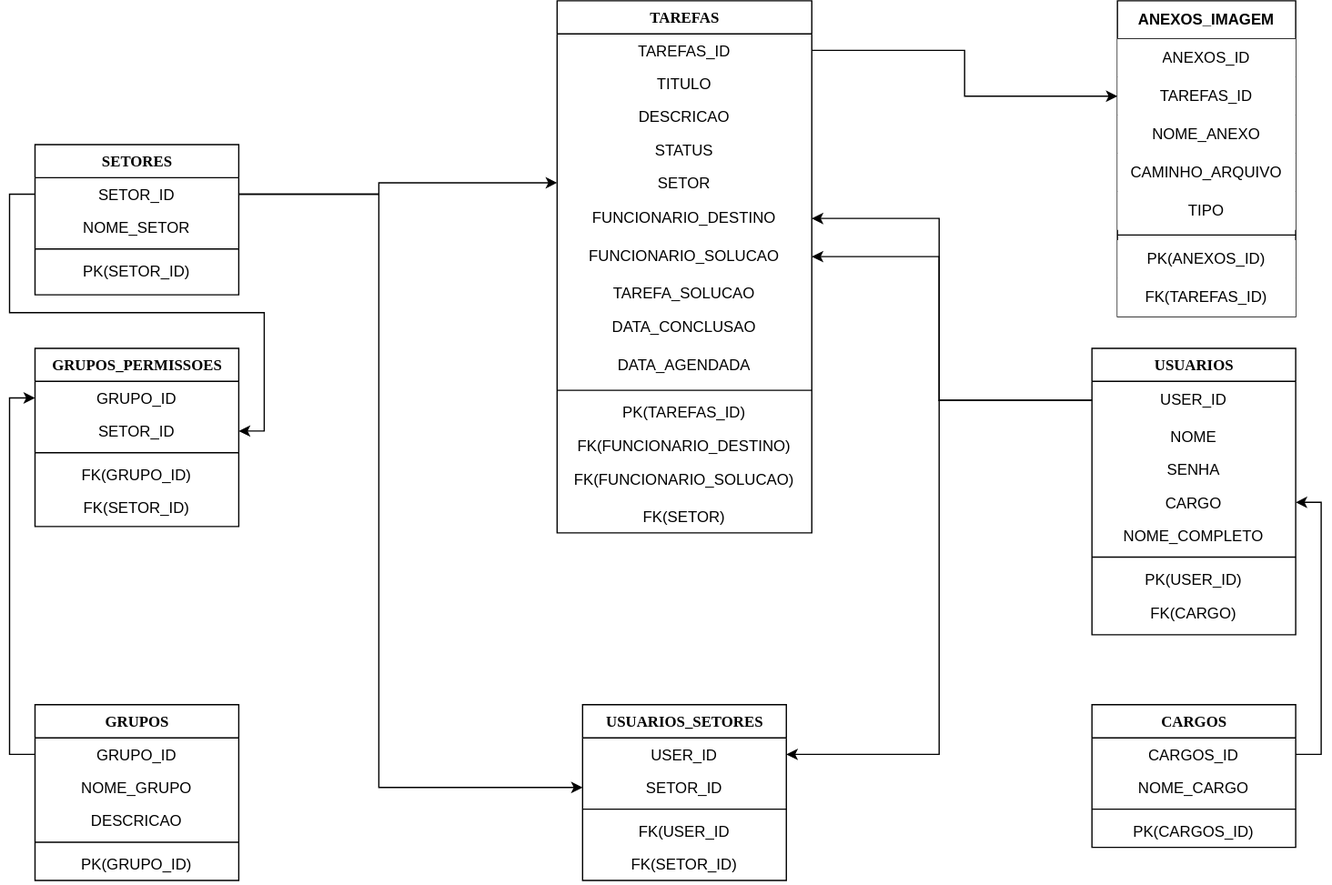
Above: Diagrama do banco Check List.drawio.svg in tbernardina/Check-List-Gerenciavel (draw.io), before the change. Source tidied: cells renumbered, new cells last; positions are measured from the earlier drawing's top-left corner, leaving out a move shared by most shapes.
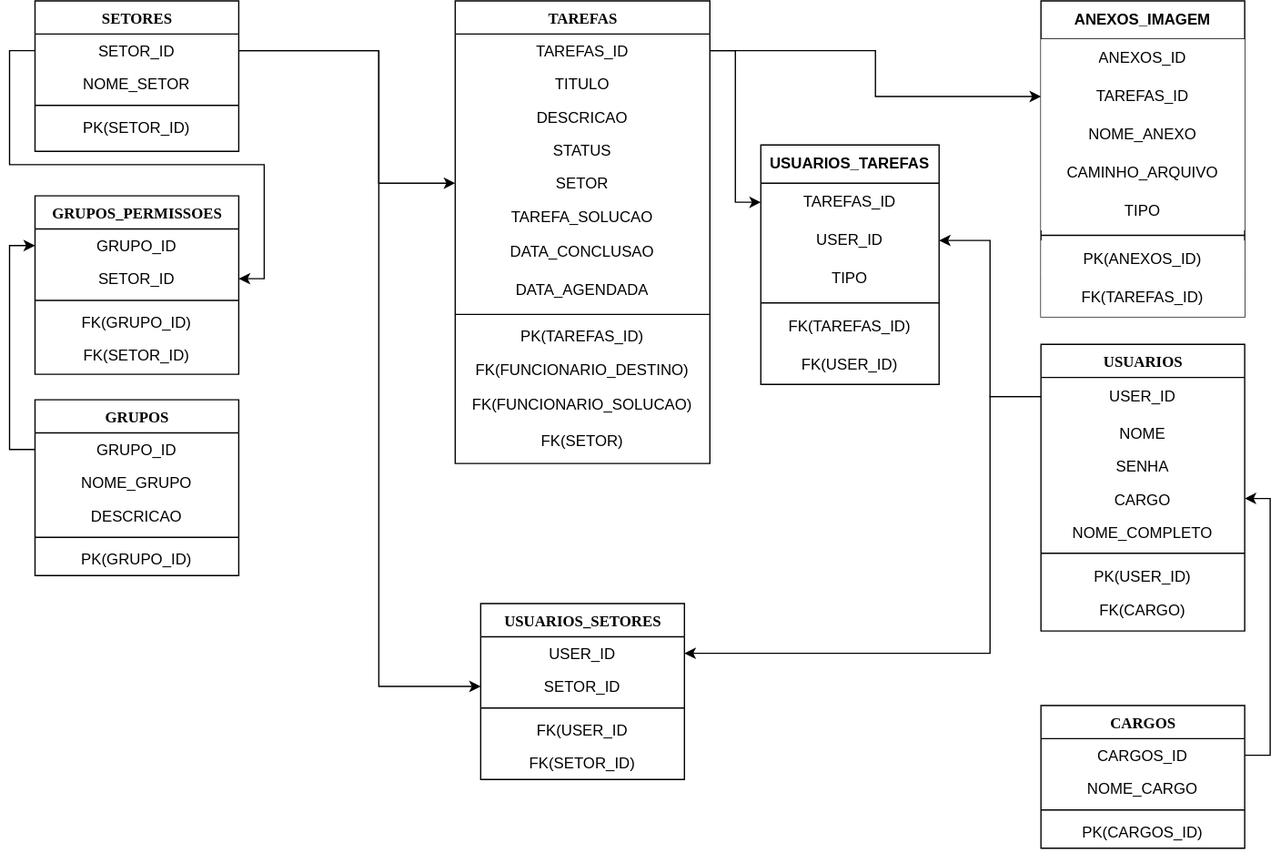
After the change.

Diff of the diagram source:
```diff
@@ -3,7 +3,7 @@
     <mxCell id="0" />
     <mxCell id="1" parent="0" />
     <mxCell id="2" value="USUARIOS" style="swimlane;html=1;fontStyle=1;align=center;verticalAlign=top;horizontal=1;startSize=26;swimlaneFillColor=#ffffff;rounded=0;shadow=0;comic=0;labelBackgroundColor=none;strokeWidth=1;fillColor=default;fontFamily=Verdana;fontSize=12;labelBorderColor=none;" parent="1" vertex="1">
-      <mxGeometry x="830" y="273" width="160" height="225" as="geometry" />
+      <mxGeometry x="790" y="269.5" width="160" height="225" as="geometry" />
     </mxCell>
     <mxCell id="3" value="USER_ID" style="text;strokeColor=none;fillColor=none;align=center;verticalAlign=middle;spacingLeft=4;spacingRight=4;overflow=hidden;points=[[0,0.5],[1,0.5]];portConstraint=eastwest;whiteSpace=wrap;html=1;" parent="2" vertex="1">
       <mxGeometry y="26" width="160" height="30" as="geometry" />
@@ -30,7 +30,7 @@
       <mxGeometry y="194" width="160" height="30" as="geometry" />
     </mxCell>
     <mxCell id="11" value="&lt;span style=&quot;&quot;&gt;TAREFAS&lt;/span&gt;" style="swimlane;html=1;fontStyle=1;align=center;verticalAlign=top;horizontal=1;startSize=26;swimlaneFillColor=#ffffff;rounded=0;shadow=0;comic=0;labelBackgroundColor=none;strokeWidth=1;fillColor=default;fontFamily=Verdana;fontSize=12;labelBorderColor=none;" parent="1" vertex="1">
-      <mxGeometry x="410" width="200" height="418" as="geometry" />
+      <mxGeometry x="330" width="200" height="363" as="geometry" />
     </mxCell>
     <mxCell id="12" value="TAREFAS_ID" style="text;html=1;strokeColor=none;fillColor=none;align=center;verticalAlign=top;spacingLeft=4;spacingRight=4;whiteSpace=wrap;overflow=hidden;points=[[0,0.5],[1,0.5]];portConstraint=eastwest;" parent="11" vertex="1">
       <mxGeometry y="26" width="200" height="26" as="geometry" />
@@ -47,38 +47,32 @@
     <mxCell id="16" value="SETOR" style="text;html=1;strokeColor=none;fillColor=none;align=center;verticalAlign=top;spacingLeft=4;spacingRight=4;whiteSpace=wrap;overflow=hidden;points=[[0,0.5],[1,0.5]];portConstraint=eastwest;" parent="11" vertex="1">
       <mxGeometry y="130" width="200" height="26" as="geometry" />
     </mxCell>
-    <mxCell id="17" value="FUNCIONARIO_DESTINO" style="text;strokeColor=none;fillColor=none;align=center;verticalAlign=middle;spacingLeft=4;spacingRight=4;overflow=hidden;points=[[0,0.5],[1,0.5]];portConstraint=eastwest;whiteSpace=wrap;html=1;" parent="11" vertex="1">
-      <mxGeometry y="156" width="200" height="30" as="geometry" />
-    </mxCell>
-    <mxCell id="18" value="FUNCIONARIO_SOLUCAO" style="text;strokeColor=none;fillColor=none;align=center;verticalAlign=middle;spacingLeft=4;spacingRight=4;overflow=hidden;points=[[0,0.5],[1,0.5]];portConstraint=eastwest;whiteSpace=wrap;html=1;" parent="11" vertex="1">
-      <mxGeometry y="186" width="200" height="30" as="geometry" />
-    </mxCell>
     <mxCell id="19" value="TAREFA_SOLUCAO" style="text;html=1;strokeColor=none;fillColor=none;align=center;verticalAlign=top;spacingLeft=4;spacingRight=4;whiteSpace=wrap;overflow=hidden;" parent="11" vertex="1">
-      <mxGeometry y="216" width="200" height="26" as="geometry" />
+      <mxGeometry y="156" width="200" height="26" as="geometry" />
     </mxCell>
     <mxCell id="20" value="DATA_CONCLUSAO" style="text;strokeColor=none;fillColor=none;align=center;verticalAlign=middle;spacingLeft=4;spacingRight=4;overflow=hidden;whiteSpace=wrap;html=1;" parent="11" vertex="1">
-      <mxGeometry y="242" width="200" height="30" as="geometry" />
+      <mxGeometry y="182" width="200" height="30" as="geometry" />
     </mxCell>
     <mxCell id="21" value="DATA_AGENDADA" style="text;strokeColor=none;fillColor=none;align=center;verticalAlign=middle;spacingLeft=4;spacingRight=4;overflow=hidden;whiteSpace=wrap;html=1;" parent="11" vertex="1">
-      <mxGeometry y="272" width="200" height="30" as="geometry" />
+      <mxGeometry y="212" width="200" height="30" as="geometry" />
     </mxCell>
     <mxCell id="22" style="line;html=1;strokeWidth=1;fillColor=none;align=left;verticalAlign=middle;spacingTop=-1;spacingLeft=3;spacingRight=3;labelPosition=right;" parent="11" vertex="1">
-      <mxGeometry y="302" width="200" height="8" as="geometry" />
+      <mxGeometry y="242" width="200" height="8" as="geometry" />
     </mxCell>
     <mxCell id="23" value="PK&lt;span style=&quot;background-color: transparent; color: light-dark(rgb(0, 0, 0), rgb(255, 255, 255));&quot;&gt;(TAREFAS_ID)&lt;/span&gt;" style="text;html=1;strokeColor=none;fillColor=none;align=center;verticalAlign=top;spacingLeft=4;spacingRight=4;whiteSpace=wrap;overflow=hidden;" parent="11" vertex="1">
-      <mxGeometry y="310" width="200" height="26" as="geometry" />
+      <mxGeometry y="250" width="200" height="26" as="geometry" />
     </mxCell>
     <mxCell id="24" value="FK(FUNCIONARIO_DESTINO)" style="text;html=1;strokeColor=none;fillColor=none;align=center;verticalAlign=top;spacingLeft=4;spacingRight=4;whiteSpace=wrap;overflow=hidden;" parent="11" vertex="1">
-      <mxGeometry y="336" width="200" height="26" as="geometry" />
+      <mxGeometry y="276" width="200" height="26" as="geometry" />
     </mxCell>
     <mxCell id="25" value="FK(FUNCIONARIO_SOLUCAO)" style="text;strokeColor=none;fillColor=none;align=center;verticalAlign=middle;spacingLeft=4;spacingRight=4;overflow=hidden;whiteSpace=wrap;html=1;" parent="11" vertex="1">
-      <mxGeometry y="362" width="200" height="30" as="geometry" />
+      <mxGeometry y="302" width="200" height="30" as="geometry" />
     </mxCell>
     <mxCell id="26" value="FK(SETOR)" style="text;html=1;strokeColor=none;fillColor=none;align=center;verticalAlign=top;spacingLeft=4;spacingRight=4;whiteSpace=wrap;overflow=hidden;" parent="11" vertex="1">
-      <mxGeometry y="392" width="200" height="26" as="geometry" />
+      <mxGeometry y="332" width="200" height="26" as="geometry" />
     </mxCell>
     <mxCell id="27" value="USUARIOS_SETORES" style="swimlane;html=1;fontStyle=1;align=center;verticalAlign=top;horizontal=1;startSize=26;swimlaneFillColor=#ffffff;rounded=0;shadow=0;comic=0;labelBackgroundColor=none;strokeWidth=1;fillColor=default;fontFamily=Verdana;fontSize=12;labelBorderColor=none;" parent="1" vertex="1">
-      <mxGeometry x="430" y="553" width="160" height="138" as="geometry" />
+      <mxGeometry x="350" y="473" width="160" height="138" as="geometry" />
     </mxCell>
     <mxCell id="28" value="USER_ID" style="text;html=1;strokeColor=none;fillColor=none;align=center;verticalAlign=top;spacingLeft=4;spacingRight=4;whiteSpace=wrap;overflow=hidden;points=[[0,0.5],[1,0.5]];portConstraint=eastwest;" parent="27" vertex="1">
       <mxGeometry y="26" width="160" height="26" as="geometry" />
@@ -96,7 +90,7 @@
       <mxGeometry y="112" width="160" height="26" as="geometry" />
     </mxCell>
     <mxCell id="33" value="SETORES" style="swimlane;html=1;fontStyle=1;align=center;verticalAlign=top;horizontal=1;startSize=26;swimlaneFillColor=#ffffff;rounded=0;shadow=0;comic=0;labelBackgroundColor=none;strokeWidth=1;fillColor=default;fontFamily=Verdana;fontSize=12;labelBorderColor=none;" parent="1" vertex="1">
-      <mxGeometry y="113" width="160" height="118" as="geometry" />
+      <mxGeometry width="160" height="118" as="geometry" />
     </mxCell>
     <mxCell id="34" value="SETOR_ID" style="text;html=1;strokeColor=none;fillColor=none;align=center;verticalAlign=top;spacingLeft=4;spacingRight=4;whiteSpace=wrap;overflow=hidden;points=[[0,0.5],[1,0.5]];portConstraint=eastwest;" parent="33" vertex="1">
       <mxGeometry y="26" width="160" height="26" as="geometry" />
@@ -111,7 +105,7 @@
       <mxGeometry y="86" width="160" height="26" as="geometry" />
     </mxCell>
     <mxCell id="38" value="GRUPOS" style="swimlane;html=1;fontStyle=1;align=center;verticalAlign=top;horizontal=1;startSize=26;swimlaneFillColor=#ffffff;rounded=0;shadow=0;comic=0;labelBackgroundColor=none;strokeWidth=1;fillColor=default;fontFamily=Verdana;fontSize=12;labelBorderColor=none;" parent="1" vertex="1">
-      <mxGeometry y="553" width="160" height="138" as="geometry" />
+      <mxGeometry y="313" width="160" height="138" as="geometry" />
     </mxCell>
     <mxCell id="39" value="GRUPO_ID" style="text;html=1;strokeColor=none;fillColor=none;align=center;verticalAlign=top;spacingLeft=4;spacingRight=4;whiteSpace=wrap;overflow=hidden;points=[[0,0.5],[1,0.5]];portConstraint=eastwest;" parent="38" vertex="1">
       <mxGeometry y="26" width="160" height="26" as="geometry" />
@@ -129,7 +123,7 @@
       <mxGeometry y="112" width="160" height="26" as="geometry" />
     </mxCell>
     <mxCell id="44" value="GRUPOS_PERMISSOES" style="swimlane;html=1;fontStyle=1;align=center;verticalAlign=top;horizontal=1;startSize=26;swimlaneFillColor=#ffffff;rounded=0;shadow=0;comic=0;labelBackgroundColor=none;strokeWidth=1;fillColor=default;fontFamily=Verdana;fontSize=12;labelBorderColor=none;" parent="1" vertex="1">
-      <mxGeometry y="273" width="160" height="140" as="geometry" />
+      <mxGeometry y="153" width="160" height="140" as="geometry" />
     </mxCell>
     <mxCell id="45" value="GRUPO_ID" style="text;html=1;strokeColor=none;fillColor=none;align=center;verticalAlign=top;spacingLeft=4;spacingRight=4;whiteSpace=wrap;overflow=hidden;points=[[0,0.5],[1,0.5]];portConstraint=eastwest;" parent="44" vertex="1">
       <mxGeometry y="26" width="160" height="26" as="geometry" />
@@ -147,7 +141,7 @@
       <mxGeometry y="112" width="160" height="26" as="geometry" />
     </mxCell>
     <mxCell id="50" value="CARGOS" style="swimlane;html=1;fontStyle=1;align=center;verticalAlign=top;horizontal=1;startSize=26;swimlaneFillColor=#ffffff;rounded=0;shadow=0;comic=0;labelBackgroundColor=none;strokeWidth=1;fillColor=default;fontFamily=Verdana;fontSize=12;textShadow=0;labelBorderColor=none;" parent="1" vertex="1">
-      <mxGeometry x="830" y="553" width="160" height="112" as="geometry" />
+      <mxGeometry x="790" y="553" width="160" height="112" as="geometry" />
     </mxCell>
     <mxCell id="51" value="CARGOS_ID" style="text;html=1;strokeColor=none;fillColor=none;align=center;verticalAlign=top;spacingLeft=4;spacingRight=4;whiteSpace=wrap;overflow=hidden;points=[[0,0.5],[1,0.5]];portConstraint=eastwest;" parent="50" vertex="1">
       <mxGeometry y="26" width="160" height="26" as="geometry" />
@@ -162,7 +156,12 @@
       <mxGeometry y="86" width="160" height="26" as="geometry" />
     </mxCell>
     <mxCell id="55" style="edgeStyle=orthogonalEdgeStyle;rounded=0;jettySize=auto;html=1;exitX=0;exitY=0.5;exitDx=0;exitDy=0;entryX=1;entryY=0.5;entryDx=0;entryDy=0;shadow=0;strokeColor=#000000;fillColor=light-dark(#000000,#000000);" parent="1" edge="1" source="3" target="28">
-      <mxGeometry relative="1" as="geometry" />
+      <mxGeometry relative="1" as="geometry">
+        <Array as="points">
+          <mxPoint x="750" y="311" />
+          <mxPoint x="750" y="512" />
+        </Array>
+      </mxGeometry>
     </mxCell>
     <mxCell id="56" style="edgeStyle=orthogonalEdgeStyle;rounded=0;jettySize=auto;html=1;exitX=0;exitY=0.5;exitDx=0;exitDy=0;entryX=0;entryY=0.5;entryDx=0;entryDy=0;strokeColor=#000000;fillColor=light-dark(#000000,#000000);" parent="1" edge="1" source="39" target="45">
       <mxGeometry relative="1" as="geometry" />
@@ -176,64 +175,75 @@
     <mxCell id="59" style="rounded=0;jettySize=auto;html=1;exitX=1;exitY=0.5;exitDx=0;exitDy=0;entryX=0;entryY=0.5;entryDx=0;entryDy=0;edgeStyle=orthogonalEdgeStyle;elbow=vertical;strokeColor=light-dark(#000000,#EDEDED);fillColor=light-dark(#000000,#000000);" parent="1" edge="1" source="34" target="16">
       <mxGeometry relative="1" as="geometry">
         <Array as="points">
-          <mxPoint x="270" y="152" />
+          <mxPoint x="270" y="39" />
           <mxPoint x="270" y="143" />
         </Array>
       </mxGeometry>
     </mxCell>
     <mxCell id="60" value="&lt;b&gt;ANEXOS_IMAGEM&lt;/b&gt;" style="swimlane;fontStyle=0;horizontal=1;startSize=30;whiteSpace=wrap;html=1;labelBackgroundColor=none;labelBorderColor=none;fillColor=default;" parent="1" vertex="1">
-      <mxGeometry x="850" width="140" height="248" as="geometry" />
+      <mxGeometry x="790" width="160" height="248" as="geometry" />
     </mxCell>
     <mxCell id="61" value="ANEXOS_ID" style="text;strokeColor=none;fillColor=default;align=center;verticalAlign=middle;spacingLeft=4;spacingRight=4;overflow=hidden;whiteSpace=wrap;html=1;" parent="60" vertex="1">
-      <mxGeometry y="30" width="140" height="30" as="geometry" />
+      <mxGeometry y="30" width="160" height="30" as="geometry" />
     </mxCell>
     <mxCell id="62" value="TAREFAS_ID" style="text;strokeColor=none;fillColor=default;align=center;verticalAlign=middle;spacingLeft=4;spacingRight=4;overflow=hidden;points=[[0,0.5],[1,0.5]];portConstraint=eastwest;whiteSpace=wrap;html=1;" parent="60" vertex="1">
-      <mxGeometry y="60" width="140" height="30" as="geometry" />
+      <mxGeometry y="60" width="160" height="30" as="geometry" />
     </mxCell>
     <mxCell id="63" value="NOME_ANEXO" style="text;strokeColor=none;fillColor=default;align=center;verticalAlign=middle;spacingLeft=4;spacingRight=4;overflow=hidden;whiteSpace=wrap;html=1;" parent="60" vertex="1">
-      <mxGeometry y="90" width="140" height="30" as="geometry" />
+      <mxGeometry y="90" width="160" height="30" as="geometry" />
     </mxCell>
     <mxCell id="64" value="CAMINHO_ARQUIVO" style="text;html=1;align=center;verticalAlign=middle;whiteSpace=wrap;rounded=0;fillColor=default;" parent="60" vertex="1">
-      <mxGeometry y="120" width="140" height="30" as="geometry" />
+      <mxGeometry y="120" width="160" height="30" as="geometry" />
     </mxCell>
     <mxCell id="65" value="TIPO" style="text;html=1;align=center;verticalAlign=middle;whiteSpace=wrap;rounded=0;fillColor=default;" parent="60" vertex="1">
-      <mxGeometry y="150" width="140" height="30" as="geometry" />
+      <mxGeometry y="150" width="160" height="30" as="geometry" />
     </mxCell>
     <mxCell id="66" style="line;html=1;strokeWidth=1;fillColor=none;align=left;verticalAlign=middle;spacingTop=-1;spacingLeft=3;spacingRight=3;labelPosition=right;" parent="60" vertex="1">
-      <mxGeometry y="180" width="140" height="8" as="geometry" />
+      <mxGeometry y="180" width="160" height="8" as="geometry" />
     </mxCell>
     <mxCell id="67" value="PK(ANEXOS_ID)" style="text;html=1;align=center;verticalAlign=middle;whiteSpace=wrap;rounded=0;fillColor=default;" parent="60" vertex="1">
-      <mxGeometry y="188" width="140" height="30" as="geometry" />
+      <mxGeometry y="188" width="160" height="30" as="geometry" />
     </mxCell>
     <mxCell id="68" value="FK(TAREFAS_ID)" style="text;html=1;align=center;verticalAlign=middle;whiteSpace=wrap;rounded=0;fillColor=default;" parent="60" vertex="1">
-      <mxGeometry y="218" width="140" height="30" as="geometry" />
+      <mxGeometry y="218" width="160" height="30" as="geometry" />
     </mxCell>
     <mxCell id="69" style="edgeStyle=orthogonalEdgeStyle;rounded=0;jettySize=auto;exitX=1;exitY=0.5;exitDx=0;exitDy=0;entryX=0;entryY=0.5;entryDx=0;entryDy=0;fillColor=light-dark(#000000,#000000);strokeColor=#000000;" parent="1" edge="1" source="12" target="62">
       <mxGeometry relative="1" as="geometry" />
     </mxCell>
+    <mxCell id="73" value="&lt;b&gt;USUARIOS_TAREFAS&lt;/b&gt;" style="swimlane;fontStyle=0;horizontal=1;startSize=30;whiteSpace=wrap;html=1;swimlaneFillColor=default;gradientColor=none;" parent="1" vertex="1">
+      <mxGeometry x="570" y="113" width="140" height="188" as="geometry" />
+    </mxCell>
+    <mxCell id="74" value="TAREFAS_ID" style="text;strokeColor=none;fillColor=none;align=center;verticalAlign=middle;spacingLeft=4;spacingRight=4;overflow=hidden;points=[[0,0.5],[1,0.5]];portConstraint=eastwest;whiteSpace=wrap;html=1;" parent="73" vertex="1">
+      <mxGeometry y="30" width="140" height="30" as="geometry" />
+    </mxCell>
+    <mxCell id="75" value="USER_ID" style="text;strokeColor=none;fillColor=none;align=center;verticalAlign=middle;spacingLeft=4;spacingRight=4;overflow=hidden;points=[[0,0.5],[1,0.5]];portConstraint=eastwest;whiteSpace=wrap;html=1;" parent="73" vertex="1">
+      <mxGeometry y="60" width="140" height="30" as="geometry" />
+    </mxCell>
+    <mxCell id="76" value="TIPO" style="text;strokeColor=none;fillColor=none;align=center;verticalAlign=middle;spacingLeft=4;spacingRight=4;overflow=hidden;whiteSpace=wrap;html=1;" parent="73" vertex="1">
+      <mxGeometry y="90" width="140" height="30" as="geometry" />
+    </mxCell>
+    <mxCell id="77" style="line;html=1;strokeWidth=1;fillColor=none;align=left;verticalAlign=middle;spacingTop=-1;spacingLeft=3;spacingRight=3;labelPosition=right;" parent="73" vertex="1">
+      <mxGeometry y="120" width="140" height="8" as="geometry" />
+    </mxCell>
+    <mxCell id="78" value="FK(TAREFAS_ID)" style="text;html=1;align=center;verticalAlign=middle;whiteSpace=wrap;rounded=0;" parent="73" vertex="1">
+      <mxGeometry y="128" width="140" height="30" as="geometry" />
+    </mxCell>
+    <mxCell id="79" value="FK(USER_ID)" style="text;html=1;align=center;verticalAlign=middle;whiteSpace=wrap;rounded=0;" parent="73" vertex="1">
+      <mxGeometry y="158" width="140" height="30" as="geometry" />
+    </mxCell>
+    <mxCell id="80" style="edgeStyle=orthogonalEdgeStyle;rounded=0;jettySize=auto;html=1;exitX=1;exitY=0.5;exitDx=0;exitDy=0;entryX=0;entryY=0.5;entryDx=0;entryDy=0;" parent="1" edge="1" source="12" target="74">
+      <mxGeometry relative="1" as="geometry" />
+    </mxCell>
-    <mxCell id="70" style="edgeStyle=orthogonalEdgeStyle;rounded=0;jettySize=auto;html=1;exitX=1;exitY=0.5;exitDx=0;exitDy=0;entryX=0;entryY=0.5;entryDx=0;entryDy=0;strokeColor=#000000;fillColor=light-dark(#000000,#000000);" parent="1" edge="1" source="34" target="29">
+    <mxCell id="70" style="edgeStyle=orthogonalEdgeStyle;rounded=0;jettySize=auto;html=1;exitX=1;exitY=0.5;exitDx=0;exitDy=0;entryX=0;entryY=0.5;entryDx=0;entryDy=0;" parent="1" edge="1" source="34" target="29">
       <mxGeometry relative="1" as="geometry">
         <Array as="points">
-          <mxPoint x="270" y="152" />
-          <mxPoint x="270" y="618" />
+          <mxPoint x="270" y="39" />
+          <mxPoint x="270" y="538" />
         </Array>
       </mxGeometry>
     </mxCell>
-    <mxCell id="71" style="edgeStyle=orthogonalEdgeStyle;shape=connector;rounded=0;jettySize=auto;html=1;exitX=0;exitY=0.5;exitDx=0;exitDy=0;entryX=1;entryY=0.5;entryDx=0;entryDy=0;strokeColor=#000000;align=center;verticalAlign=middle;fontFamily=Helvetica;fontSize=11;fontColor=default;labelBackgroundColor=default;endArrow=classic;fillColor=light-dark(#000000,#000000);" parent="1" edge="1" source="3" target="17">
-      <mxGeometry relative="1" as="geometry">
-        <Array as="points">
-          <mxPoint x="710" y="314" />
-          <mxPoint x="710" y="171" />
-        </Array>
-      </mxGeometry>
-    </mxCell>
-    <mxCell id="72" style="edgeStyle=orthogonalEdgeStyle;shape=connector;rounded=0;jettySize=auto;html=1;exitX=0;exitY=0.5;exitDx=0;exitDy=0;entryX=1;entryY=0.5;entryDx=0;entryDy=0;strokeColor=#000000;align=center;verticalAlign=middle;fontFamily=Helvetica;fontSize=11;fontColor=default;labelBackgroundColor=default;endArrow=classic;fillColor=light-dark(#000000,#000000);" parent="1" edge="1" source="3" target="18">
-      <mxGeometry relative="1" as="geometry">
-        <Array as="points">
-          <mxPoint x="710" y="314" />
-          <mxPoint x="710" y="201" />
-        </Array>
-      </mxGeometry>
-    </mxCell>
+    <mxCell id="81" style="edgeStyle=orthogonalEdgeStyle;rounded=0;jettySize=auto;html=1;exitX=0;exitY=0.5;exitDx=0;exitDy=0;entryX=1;entryY=0.5;entryDx=0;entryDy=0;" parent="1" edge="1" source="3" target="75">
+      <mxGeometry relative="1" as="geometry" />
+    </mxCell>
   </root>
 </mxGraphModel>
```
